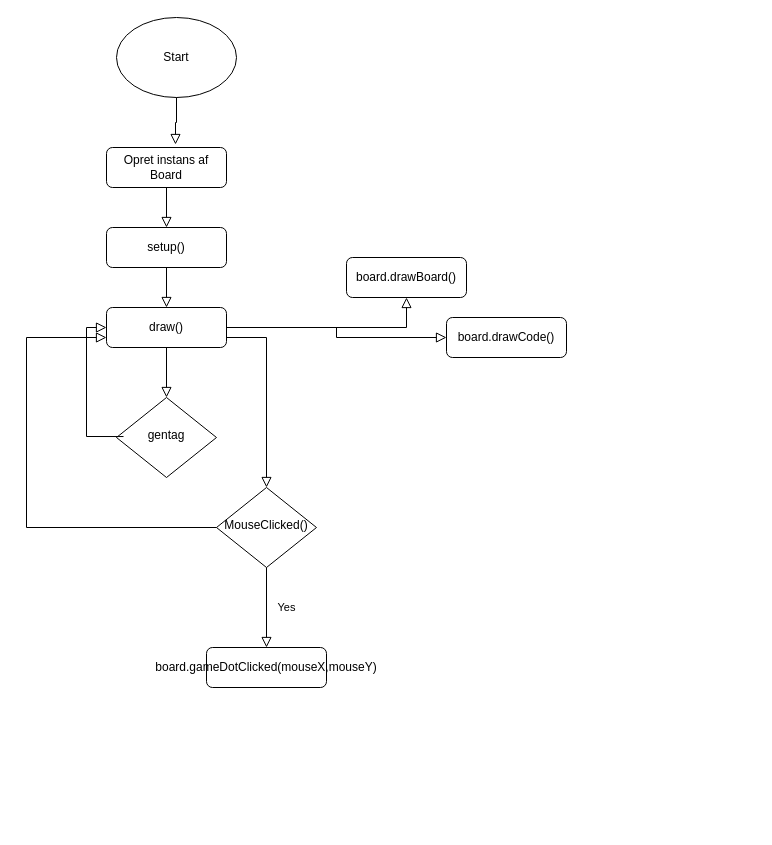
Earlier version of the draw.io diagram rutediagram.drawio (ChrisBruhn/ClassDiagram). Source tidied: cells renumbered, new cells numbered last; positions are measured from the earlier drawing's top-left corner, leaving out a move shared by most shapes. Both pictures are drawn from the tidied source at 100%, with x=0, y=0 at pixel (26, 17).
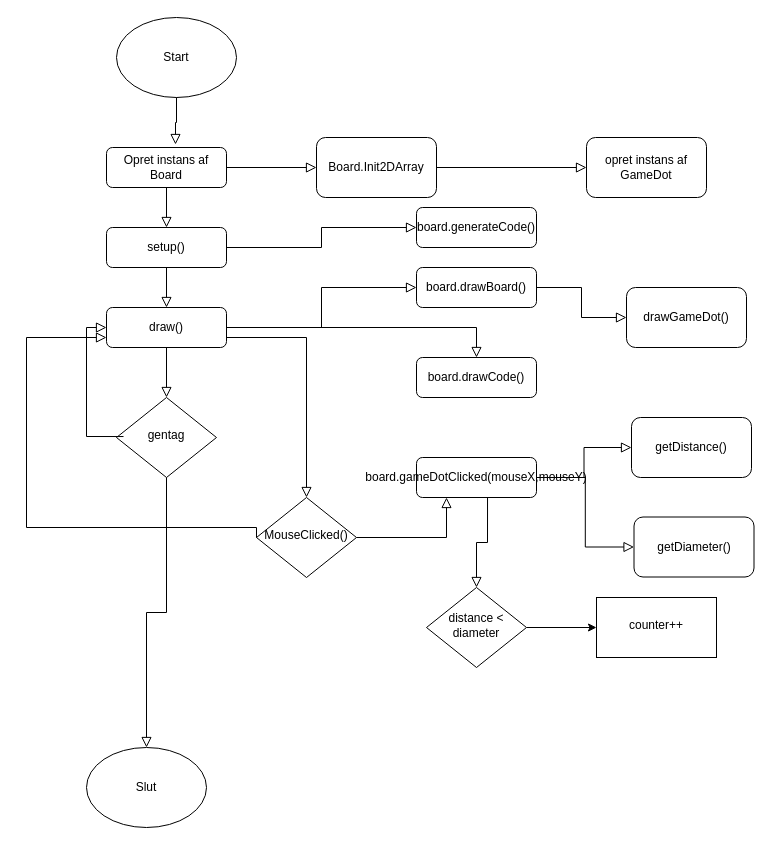
Above is the later version.

Unchanged cells that the change refers to:
```xml
<mxCell id="3" value="Opret instans af Board" style="rounded=1;whiteSpace=wrap;html=1;fontSize=12;glass=0;strokeWidth=1;shadow=0;" parent="1" vertex="1">
  <mxGeometry x="80" y="130" width="120" height="40" as="geometry" />
</mxCell>
<mxCell id="8" value="s&lt;span style=&quot;background-color: initial;&quot;&gt;etup()&lt;/span&gt;" style="rounded=1;whiteSpace=wrap;html=1;fontSize=12;glass=0;strokeWidth=1;shadow=0;" parent="1" vertex="1">
  <mxGeometry x="80" y="210" width="120" height="40" as="geometry" />
</mxCell>
<mxCell id="10" value="gentag" style="rhombus;whiteSpace=wrap;html=1;shadow=0;fontFamily=Helvetica;fontSize=12;align=center;strokeWidth=1;spacing=6;spacingTop=-4;" parent="1" vertex="1">
  <mxGeometry x="90" y="380" width="100" height="80" as="geometry" />
</mxCell>
```

What changed in the source:
```diff
@@
     <mxCell id="5" value="board.drawBoard()" style="rounded=1;whiteSpace=wrap;html=1;fontSize=12;glass=0;strokeWidth=1;shadow=0;" parent="1" vertex="1">
-      <mxGeometry x="320" y="240" width="120" height="40" as="geometry" />
+      <mxGeometry x="390" y="250" width="120" height="40" as="geometry" />
     </mxCell>
@@
     <mxCell id="15" value="board.drawCode()" style="rounded=1;whiteSpace=wrap;html=1;fontSize=12;glass=0;strokeWidth=1;shadow=0;" parent="1" vertex="1">
-      <mxGeometry x="420" y="300" width="120" height="40" as="geometry" />
+      <mxGeometry x="390" y="340" width="120" height="40" as="geometry" />
     </mxCell>
@@
     <mxCell id="17" value="MouseClicked()" style="rhombus;whiteSpace=wrap;html=1;shadow=0;fontFamily=Helvetica;fontSize=12;align=center;strokeWidth=1;spacing=6;spacingTop=-4;" parent="1" vertex="1">
-      <mxGeometry x="190" y="470" width="100" height="80" as="geometry" />
+      <mxGeometry x="230" y="480" width="100" height="80" as="geometry" />
     </mxCell>
     <mxCell id="18" value="board.gameDotClicked(mouseX,mouseY)" style="rounded=1;whiteSpace=wrap;html=1;fontSize=12;glass=0;strokeWidth=1;shadow=0;" parent="1" vertex="1">
-      <mxGeometry x="180" y="630" width="120" height="40" as="geometry" />
+      <mxGeometry x="390" y="440" width="120" height="40" as="geometry" />
     </mxCell>
-    <mxCell id="19" value="Yes" style="rounded=0;html=1;jettySize=auto;fontSize=11;endArrow=block;endFill=0;endSize=8;strokeWidth=1;shadow=0;labelBackgroundColor=none;edgeStyle=orthogonalEdgeStyle;entryX=0.5;entryY=0;entryDx=0;entryDy=0;" parent="1" edge="1" source="17" target="18">
+    <mxCell id="19" style="rounded=0;html=1;jettySize=auto;fontSize=11;endArrow=block;endFill=0;endSize=8;strokeWidth=1;shadow=0;labelBackgroundColor=none;edgeStyle=orthogonalEdgeStyle;entryX=0.25;entryY=1;entryDx=0;entryDy=0;" parent="1" edge="1" source="17" target="18">
       <mxGeometry y="20" relative="1" as="geometry" />
     </mxCell>
@@
+    <mxCell id="21" value="Slut" style="ellipse;whiteSpace=wrap;html=1;" parent="1" vertex="1">
+      <mxGeometry x="60" y="730" width="120" height="80" as="geometry" />
+    </mxCell>
+    <mxCell id="22" style="rounded=0;html=1;jettySize=auto;fontSize=11;endArrow=block;endFill=0;endSize=8;strokeWidth=1;shadow=0;labelBackgroundColor=none;edgeStyle=orthogonalEdgeStyle;exitX=0.5;exitY=1;exitDx=0;exitDy=0;entryX=0.5;entryY=0;entryDx=0;entryDy=0;" parent="1" edge="1" source="10" target="21">
+      <mxGeometry relative="1" as="geometry" />
+    </mxCell>
+    <mxCell id="23" value="Board.Init2DArray" style="rounded=1;whiteSpace=wrap;html=1;" parent="1" vertex="1">
+      <mxGeometry x="290" y="120" width="120" height="60" as="geometry" />
+    </mxCell>
+    <mxCell id="24" style="edgeStyle=orthogonalEdgeStyle;rounded=0;html=1;jettySize=auto;fontSize=11;endArrow=block;endFill=0;endSize=8;strokeWidth=1;shadow=0;labelBackgroundColor=none;exitX=1;exitY=0.5;exitDx=0;exitDy=0;entryX=0;entryY=0.5;entryDx=0;entryDy=0;" parent="1" edge="1" source="3" target="23">
+      <mxGeometry y="10" relative="1" as="geometry" />
+    </mxCell>
+    <mxCell id="25" value="board.generateCode()" style="rounded=1;whiteSpace=wrap;html=1;fontSize=12;glass=0;strokeWidth=1;shadow=0;" parent="1" vertex="1">
+      <mxGeometry x="390" y="190" width="120" height="40" as="geometry" />
+    </mxCell>
+    <mxCell id="26" style="edgeStyle=orthogonalEdgeStyle;rounded=0;html=1;jettySize=auto;fontSize=11;endArrow=block;endFill=0;endSize=8;strokeWidth=1;shadow=0;labelBackgroundColor=none;entryX=0;entryY=0.5;entryDx=0;entryDy=0;" parent="1" edge="1" source="8" target="25">
+      <mxGeometry y="10" relative="1" as="geometry" />
+    </mxCell>
+    <mxCell id="27" style="edgeStyle=orthogonalEdgeStyle;rounded=0;html=1;jettySize=auto;fontSize=11;endArrow=block;endFill=0;endSize=8;strokeWidth=1;shadow=0;labelBackgroundColor=none;exitX=1;exitY=0.5;exitDx=0;exitDy=0;entryX=0;entryY=0.5;entryDx=0;entryDy=0;" parent="1" edge="1" source="23" target="28">
+      <mxGeometry y="10" relative="1" as="geometry" />
+    </mxCell>
+    <mxCell id="28" value="opret instans af GameDot" style="rounded=1;whiteSpace=wrap;html=1;" parent="1" vertex="1">
+      <mxGeometry x="560" y="120" width="120" height="60" as="geometry" />
+    </mxCell>
+    <mxCell id="29" style="edgeStyle=orthogonalEdgeStyle;rounded=0;html=1;jettySize=auto;fontSize=11;endArrow=block;endFill=0;endSize=8;strokeWidth=1;shadow=0;labelBackgroundColor=none;exitX=1;exitY=0.5;exitDx=0;exitDy=0;entryX=0;entryY=0.5;entryDx=0;entryDy=0;" parent="1" edge="1" source="5" target="30">
+      <mxGeometry y="10" relative="1" as="geometry" />
+    </mxCell>
+    <mxCell id="30" value="drawGameDot()" style="rounded=1;whiteSpace=wrap;html=1;" parent="1" vertex="1">
+      <mxGeometry x="600" y="270" width="120" height="60" as="geometry" />
+    </mxCell>
+    <mxCell id="31" style="edgeStyle=orthogonalEdgeStyle;rounded=0;html=1;jettySize=auto;fontSize=11;endArrow=block;endFill=0;endSize=8;strokeWidth=1;shadow=0;labelBackgroundColor=none;exitX=1;exitY=0.5;exitDx=0;exitDy=0;entryX=0;entryY=0.5;entryDx=0;entryDy=0;" parent="1" edge="1" source="18" target="32">
+      <mxGeometry y="10" relative="1" as="geometry" />
+    </mxCell>
+    <mxCell id="32" value="getDistance()" style="rounded=1;whiteSpace=wrap;html=1;" parent="1" vertex="1">
+      <mxGeometry x="605" y="400" width="120" height="60" as="geometry" />
+    </mxCell>
+    <mxCell id="33" value="getDiameter()" style="rounded=1;whiteSpace=wrap;html=1;" parent="1" vertex="1">
+      <mxGeometry x="607.5" y="499.5" width="120" height="60" as="geometry" />
+    </mxCell>
+    <mxCell id="34" style="edgeStyle=orthogonalEdgeStyle;rounded=0;html=1;jettySize=auto;fontSize=11;endArrow=block;endFill=0;endSize=8;strokeWidth=1;shadow=0;labelBackgroundColor=none;exitX=1;exitY=0.5;exitDx=0;exitDy=0;entryX=0;entryY=0.5;entryDx=0;entryDy=0;" parent="1" edge="1" source="18" target="33">
+      <mxGeometry y="10" relative="1" as="geometry" />
+    </mxCell>
+    <mxCell id="35" style="edgeStyle=orthogonalEdgeStyle;rounded=0;jettySize=auto;html=1;" parent="1" edge="1" source="36" target="37">
+      <mxGeometry relative="1" as="geometry" />
+    </mxCell>
+    <mxCell id="36" value="distance &amp;lt; diameter" style="rhombus;whiteSpace=wrap;html=1;shadow=0;fontFamily=Helvetica;fontSize=12;align=center;strokeWidth=1;spacing=6;spacingTop=-4;" parent="1" vertex="1">
+      <mxGeometry x="400" y="570" width="100" height="80" as="geometry" />
+    </mxCell>
+    <mxCell id="37" value="counter++" style="whiteSpace=wrap;html=1;shadow=0;strokeWidth=1;spacing=6;spacingTop=-4;" parent="1" vertex="1">
+      <mxGeometry x="570" y="580" width="120" height="60" as="geometry" />
+    </mxCell>
+    <mxCell id="38" style="rounded=0;html=1;jettySize=auto;fontSize=11;endArrow=block;endFill=0;endSize=8;strokeWidth=1;shadow=0;labelBackgroundColor=none;edgeStyle=orthogonalEdgeStyle;exitX=0.592;exitY=1;exitDx=0;exitDy=0;exitPerimeter=0;" parent="1" edge="1" source="18" target="36">
+      <mxGeometry y="20" relative="1" as="geometry" />
+    </mxCell>
```
